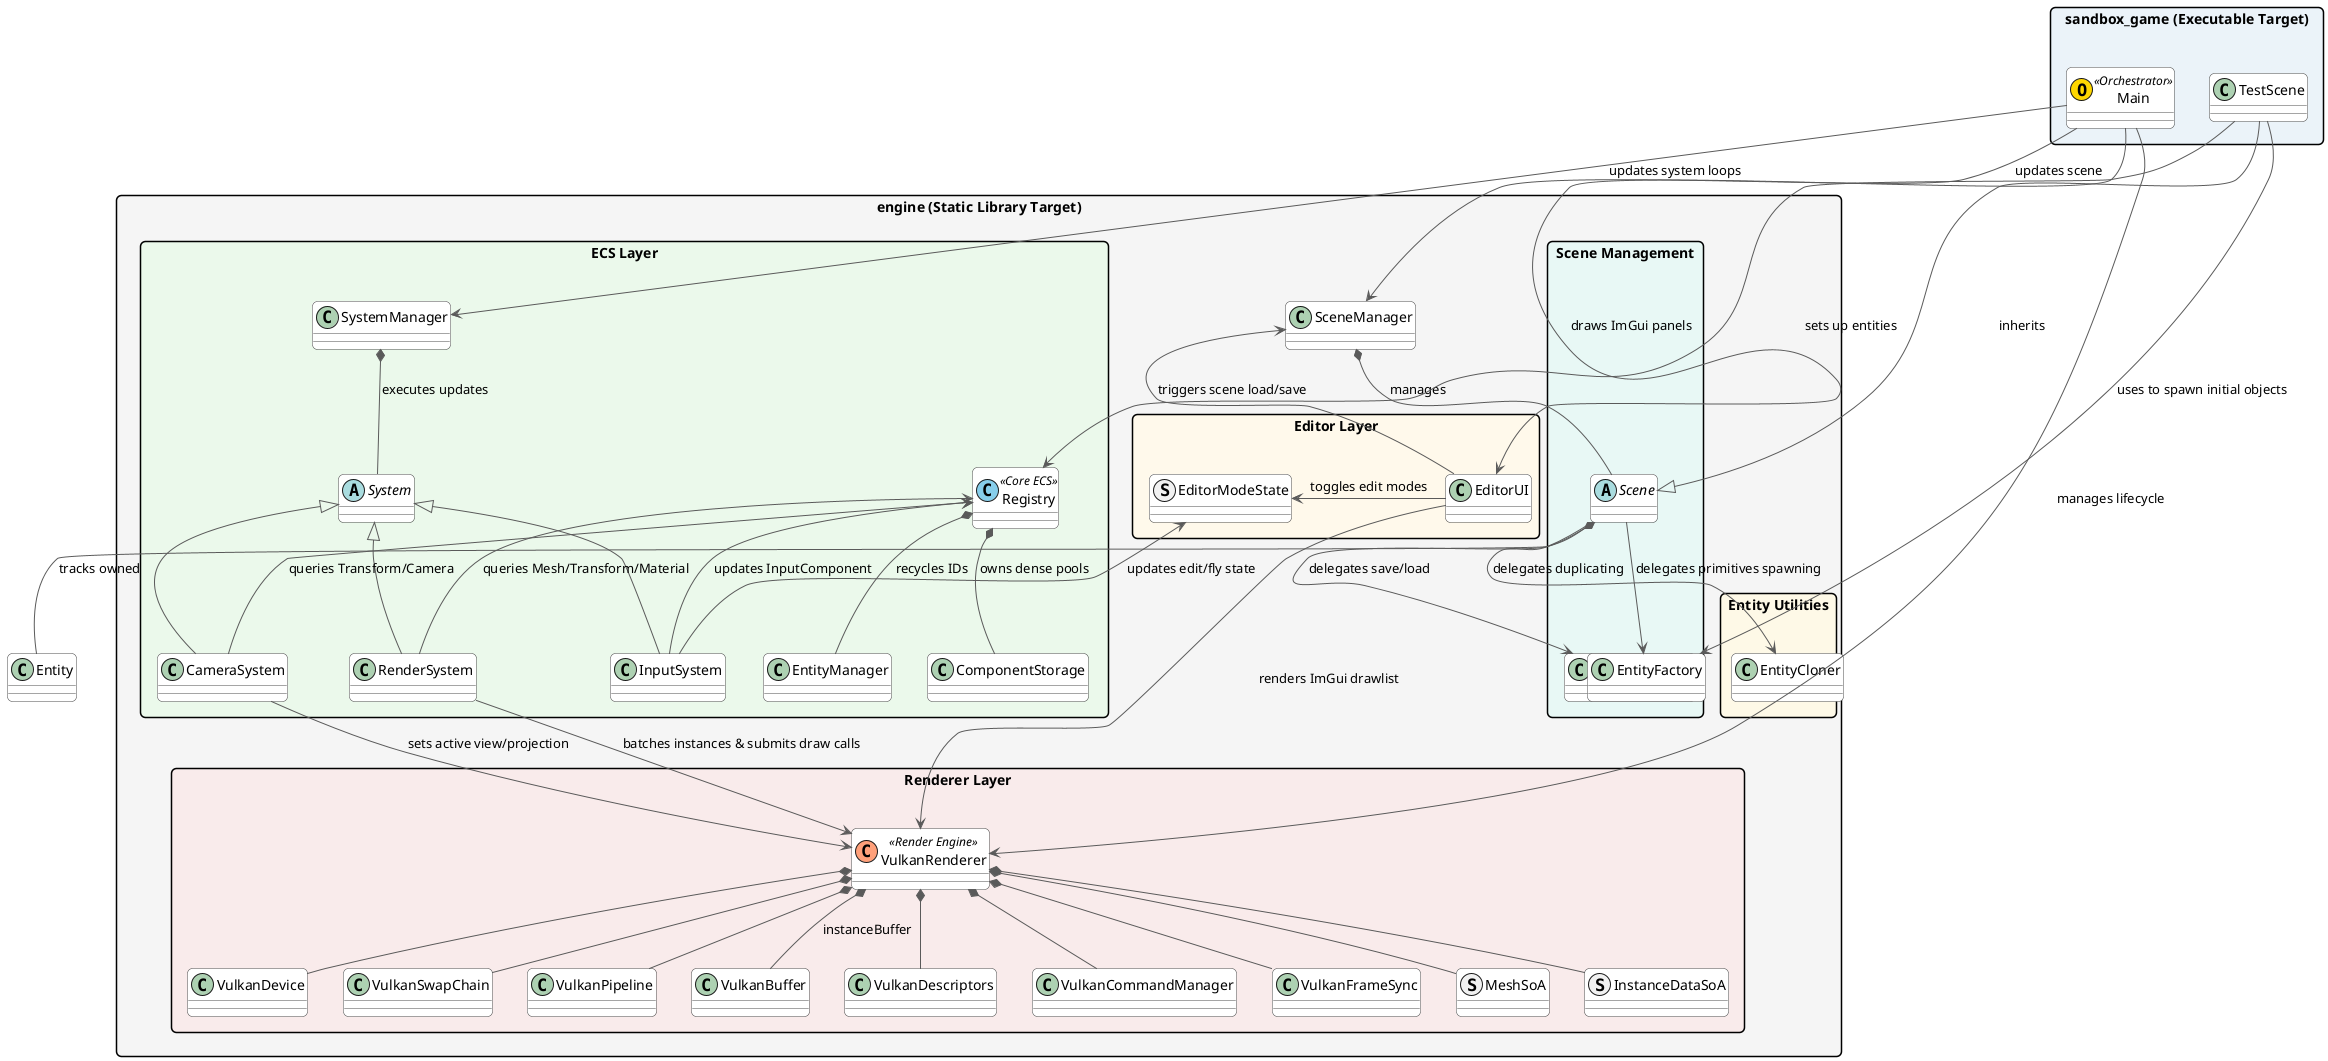
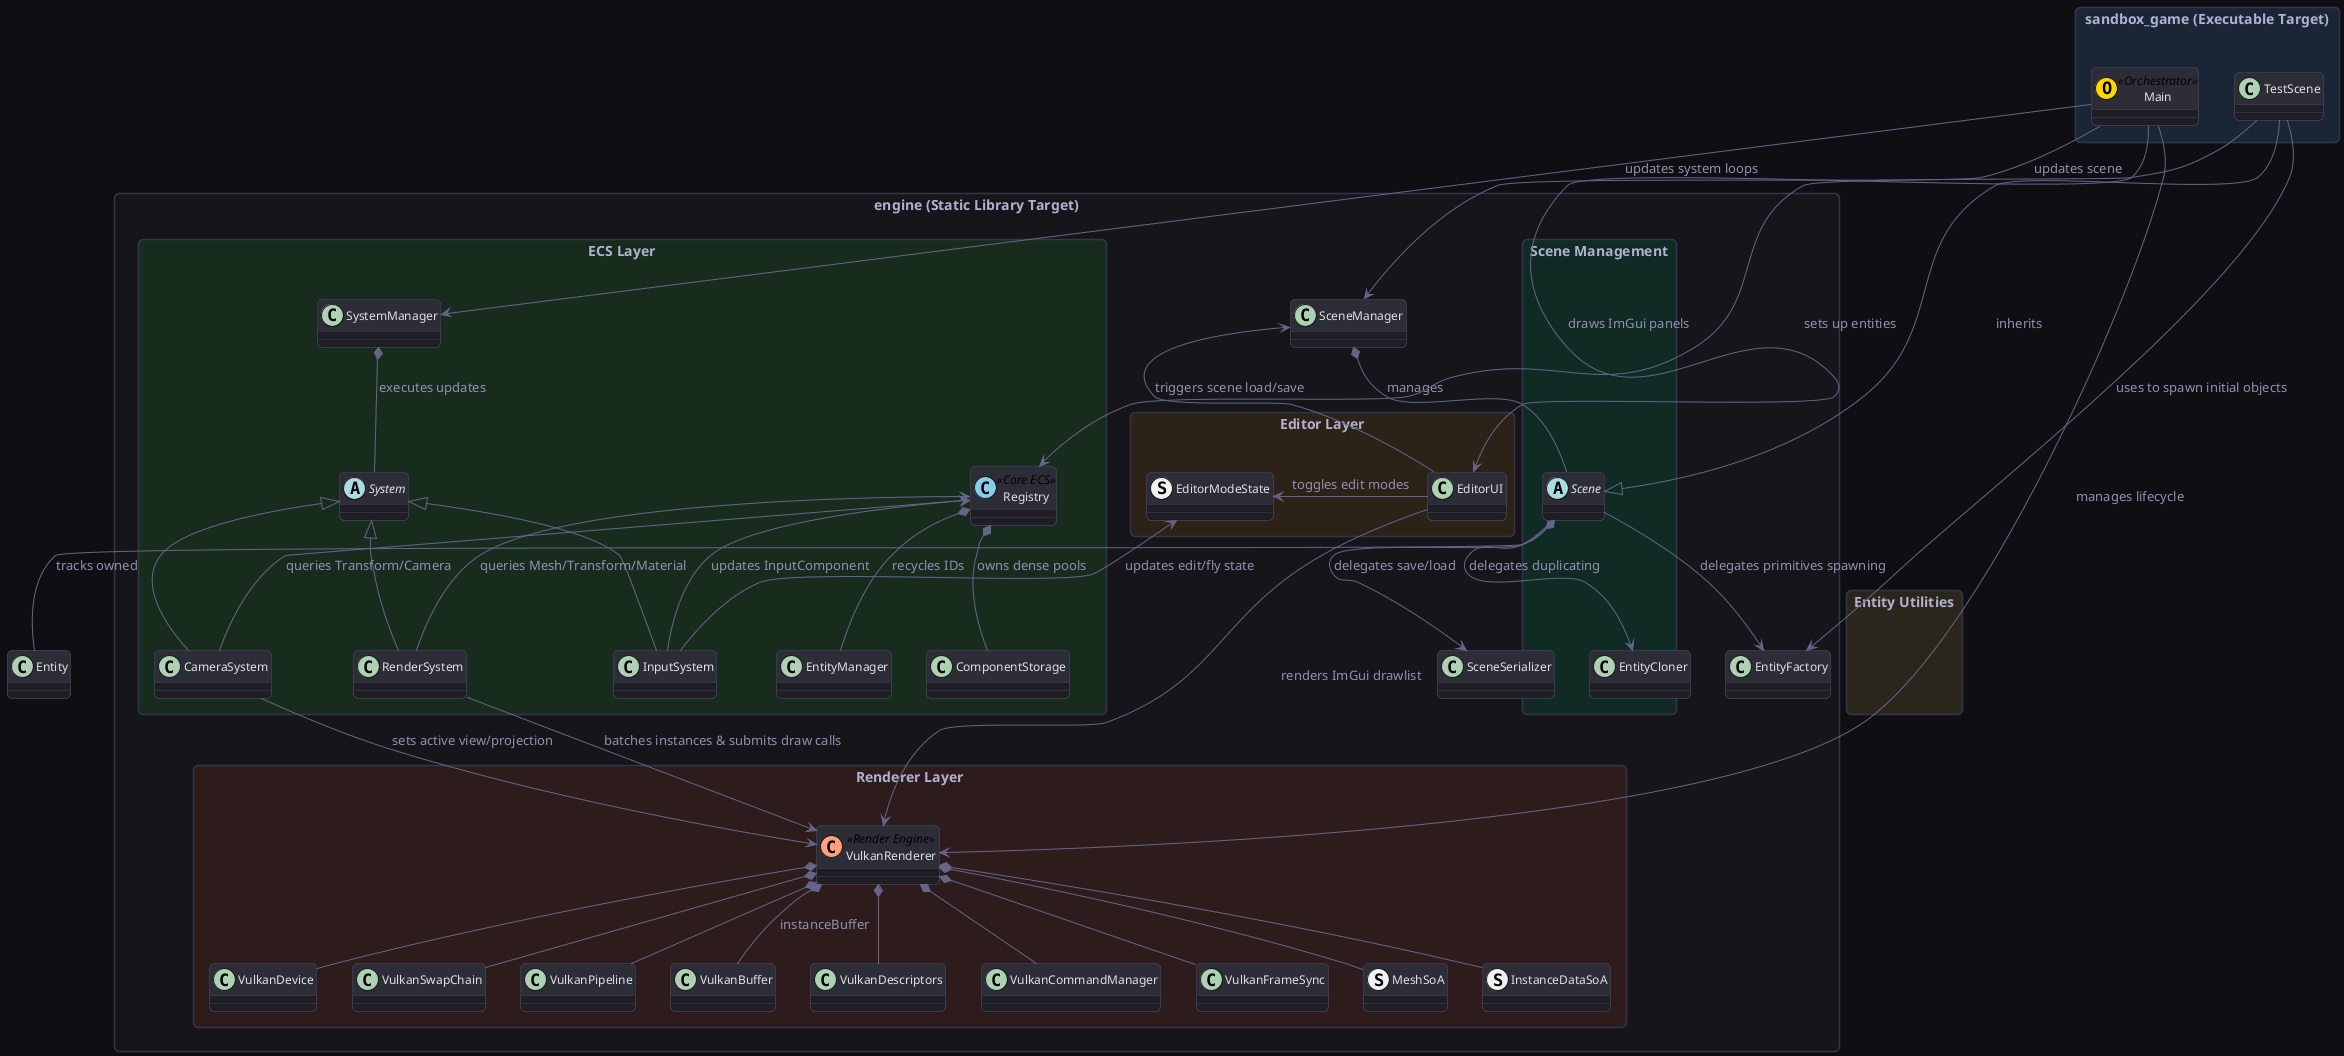
@startuml Architecture
skinparam monochrome false
skinparam shadowing false
skinparam packageStyle rectangle
skinparam roundCorner 10

- ' Style configuration
- skinparam class {
-     BackgroundColor White
-     BorderColor #4A4A4A
-     ArrowColor #5A5A5A
+ ' Modern Dark/Slate Theme configuration
+ skinparam BackgroundColor #0f0f13
+ skinparam Class {
+     BackgroundColor #1e1e24
+     BorderColor #44445c
+     FontColor #e0e0e0
+     FontSize 12
+     FontName "Segoe UI"
+     HeaderBackgroundColor #2d2d38
    AttributeIconSize 0
}
+ skinparam Package {
+     BackgroundColor #16161d
+     BorderColor #353549
+     FontColor #b0b0d0
+     FontName "Segoe UI"
+ }
+ skinparam Arrow {
+     Color #65658a
+     FontColor #9090b0
+     FontName "Segoe UI"
+ }

- package "sandbox_game (Executable Target)" #EBF3F9 {
+ package "sandbox_game (Executable Target)" #1a2636 {
    class Main << (O, #FFD700) Orchestrator >>
    class TestScene
}

- package "engine (Static Library Target)" #F5F5F5 {
-     package "Scene Management" #E8F8F5 {
+ package "engine (Static Library Target)" #15151a {
+     package "Scene Management" #102a24 {
        abstract class Scene
        class SceneManager
        class SceneSerializer
    }

-     package "Entity Utilities" #FEF9E7 {
+     package "Entity Utilities" #2b261b {
        class EntityFactory
        class EntityCloner
    }

-     package "Editor Layer" #FFF9EB {
+     package "Editor Layer" #2d2218 {
        class EditorUI
        struct EditorModeState
    }

-     package "ECS Layer" #EBF9EB {
+     package "ECS Layer" #182c1e {
        class Registry << (C, #87CEEB) Core ECS >>
        class EntityManager
        class ComponentStorage
        class SystemManager

        abstract class System
        class InputSystem
        class CameraSystem
        class RenderSystem
    }

-     package "Renderer Layer" #F9EBEB {
+     package "Renderer Layer" #2e1b1b {
        class VulkanRenderer << (C, #FFA07A) Render Engine >>
        class VulkanDevice
        class VulkanSwapChain
        class VulkanPipeline
        class VulkanBuffer
        class VulkanDescriptors
        class VulkanCommandManager
        class VulkanFrameSync
        struct MeshSoA
        struct InstanceDataSoA
    }
}

' Control Flow
Main -down-> SceneManager : updates scene
Main -down-> SystemManager : updates system loops
Main -down-> EditorUI : draws ImGui panels
Main -down-> VulkanRenderer : manages lifecycle

' Internal Application Relationships
SceneManager *-- Scene : manages
TestScene -up-|> Scene : inherits
TestScene -down-> Registry : sets up entities
TestScene -down-> EntityFactory : uses to spawn initial objects

' Scene management helpers usage
Scene -down-> SceneSerializer : delegates save/load
Scene -down-> EntityFactory : delegates primitives spawning
Scene -down-> EntityCloner : delegates duplicating
Scene *-- Entity : tracks owned

' Internal ECS Relationships
Registry *-- EntityManager : recycles IDs
Registry *-- ComponentStorage : owns dense pools
SystemManager *-- System : executes updates
System <|-- InputSystem
System <|-- CameraSystem
System <|-- RenderSystem

' Internal Renderer Relationships
VulkanRenderer *-- VulkanDevice
VulkanRenderer *-- VulkanSwapChain
VulkanRenderer *-- VulkanPipeline
VulkanRenderer *-- VulkanBuffer : instanceBuffer
VulkanRenderer *-- VulkanDescriptors
VulkanRenderer *-- VulkanCommandManager
VulkanRenderer *-- VulkanFrameSync
VulkanRenderer *-- MeshSoA
VulkanRenderer *-- InstanceDataSoA

' Inter-Package Dependencies
InputSystem -left-> EditorModeState : updates edit/fly state
InputSystem -up-> Registry : updates InputComponent

CameraSystem -up-> Registry : queries Transform/Camera
CameraSystem -down-> VulkanRenderer : sets active view/projection

RenderSystem -up-> Registry : queries Mesh/Transform/Material
RenderSystem -down-> VulkanRenderer : batches instances & submits draw calls

EditorUI -right-> Registry : views/edits active components
EditorUI -left-> EditorModeState : toggles edit modes
EditorUI -down-> VulkanRenderer : renders ImGui drawlist
EditorUI -up-> SceneManager : triggers scene load/save
@enduml
